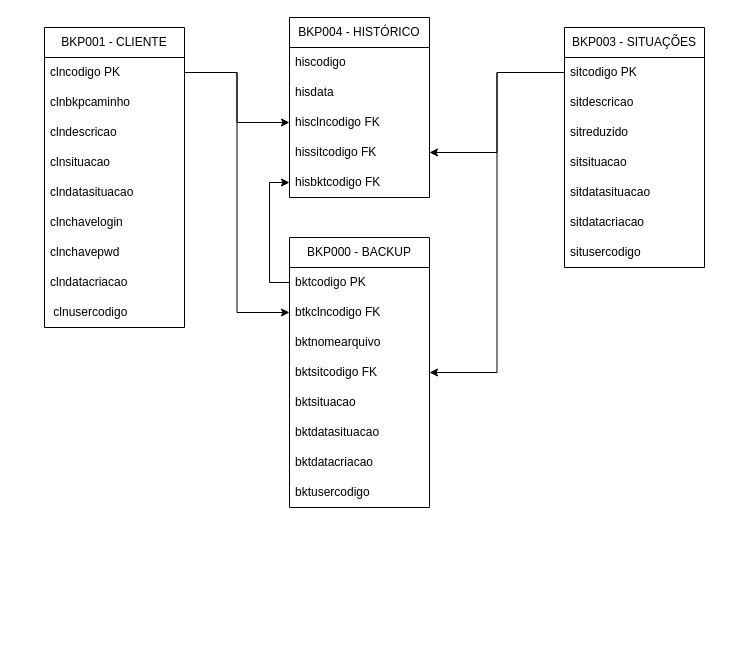
PierreSalves/bckup keeps this draw.io diagram as Diagrama sem nome.drawio. Above is the earlier version. Source tidied: cells renumbered, new cells numbered last; positions are measured from the earlier drawing's top-left corner, leaving out a move shared by most shapes. Both pictures are drawn from the tidied source at 100%, with x=0, y=0 at pixel (44, 17).
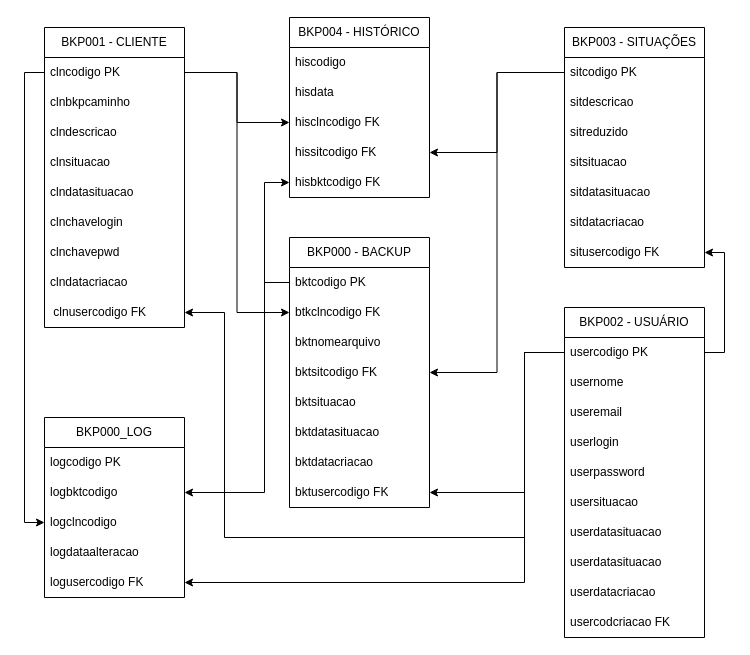
The same page after the edit.

The change refers to these unchanged cells:
```xml
<mxCell id="2" value="BKP001 - CLIENTE" style="swimlane;fontStyle=0;horizontal=1;startSize=30;whiteSpace=wrap;html=1;" parent="1" vertex="1">
  <mxGeometry y="10" width="140" height="300" as="geometry" />
</mxCell>
<mxCell id="3" value="clncodigo PK" style="text;strokeColor=none;fillColor=none;align=left;verticalAlign=middle;spacingLeft=4;spacingRight=4;overflow=hidden;points=[[0,0.5],[1,0.5]];portConstraint=eastwest;whiteSpace=wrap;html=1;" parent="2" vertex="1">
  <mxGeometry y="30" width="140" height="30" as="geometry" />
</mxCell>
<mxCell id="12" value="BKP000 - BACKUP" style="swimlane;fontStyle=0;horizontal=1;startSize=30;whiteSpace=wrap;html=1;" parent="1" vertex="1">
  <mxGeometry x="245" y="220" width="140" height="270" as="geometry" />
</mxCell>
<mxCell id="13" value="bktcodigo PK" style="text;strokeColor=none;fillColor=none;align=left;verticalAlign=middle;spacingLeft=4;spacingRight=4;overflow=hidden;points=[[0,0.5],[1,0.5]];portConstraint=eastwest;whiteSpace=wrap;html=1;" parent="12" vertex="1">
  <mxGeometry y="30" width="140" height="30" as="geometry" />
</mxCell>
<mxCell id="22" value="BKP003 - SITUAÇÕES" style="swimlane;fontStyle=0;horizontal=1;startSize=30;whiteSpace=wrap;html=1;" parent="1" vertex="1">
  <mxGeometry x="520" y="10" width="140" height="240" as="geometry" />
</mxCell>
<mxCell id="36" value="hisbktcodigo FK" style="text;strokeColor=none;fillColor=none;align=left;verticalAlign=middle;spacingLeft=4;spacingRight=4;overflow=hidden;points=[[0,0.5],[1,0.5]];portConstraint=eastwest;whiteSpace=wrap;html=1;" parent="31" vertex="1">
  <mxGeometry y="150" width="140" height="30" as="geometry" />
</mxCell>
```

Change to the diagram source:
```diff
@@
-    <mxCell id="11" value="&amp;nbsp;clnusercodigo" style="text;strokeColor=none;fillColor=none;align=left;verticalAlign=middle;spacingLeft=4;spacingRight=4;overflow=hidden;points=[[0,0.5],[1,0.5]];portConstraint=eastwest;whiteSpace=wrap;html=1;" parent="2" vertex="1">
+    <mxCell id="11" value="&amp;nbsp;clnusercodigo FK" style="text;strokeColor=none;fillColor=none;align=left;verticalAlign=middle;spacingLeft=4;spacingRight=4;overflow=hidden;points=[[0,0.5],[1,0.5]];portConstraint=eastwest;whiteSpace=wrap;html=1;" parent="2" vertex="1">
       <mxGeometry y="270" width="140" height="30" as="geometry" />
     </mxCell>
@@
-    <mxCell id="20" value="bktusercodigo" style="text;strokeColor=none;fillColor=none;align=left;verticalAlign=middle;spacingLeft=4;spacingRight=4;overflow=hidden;points=[[0,0.5],[1,0.5]];portConstraint=eastwest;whiteSpace=wrap;html=1;" parent="12" vertex="1">
+    <mxCell id="20" value="bktusercodigo FK" style="text;strokeColor=none;fillColor=none;align=left;verticalAlign=middle;spacingLeft=4;spacingRight=4;overflow=hidden;points=[[0,0.5],[1,0.5]];portConstraint=eastwest;whiteSpace=wrap;html=1;" parent="12" vertex="1">
       <mxGeometry y="240" width="140" height="30" as="geometry" />
     </mxCell>
@@
-    <mxCell id="29" value="situsercodigo" style="text;strokeColor=none;fillColor=none;align=left;verticalAlign=middle;spacingLeft=4;spacingRight=4;overflow=hidden;points=[[0,0.5],[1,0.5]];portConstraint=eastwest;whiteSpace=wrap;html=1;" parent="22" vertex="1">
+    <mxCell id="29" value="situsercodigo FK" style="text;strokeColor=none;fillColor=none;align=left;verticalAlign=middle;spacingLeft=4;spacingRight=4;overflow=hidden;points=[[0,0.5],[1,0.5]];portConstraint=eastwest;whiteSpace=wrap;html=1;" parent="22" vertex="1">
       <mxGeometry y="210" width="140" height="30" as="geometry" />
     </mxCell>
@@
     <mxCell id="39" style="edgeStyle=orthogonalEdgeStyle;rounded=0;jettySize=auto;html=1;exitX=0;exitY=0.5;exitDx=0;exitDy=0;entryX=0;entryY=0.5;entryDx=0;entryDy=0;" parent="1" edge="1" source="13" target="36">
-      <mxGeometry relative="1" as="geometry" />
+      <mxGeometry relative="1" as="geometry">
+        <Array as="points">
+          <mxPoint x="220" y="265" />
+          <mxPoint x="220" y="165" />
+        </Array>
+      </mxGeometry>
     </mxCell>
+    <mxCell id="40" value="BKP002 - USUÁRIO" style="swimlane;fontStyle=0;horizontal=1;startSize=30;whiteSpace=wrap;html=1;" parent="1" vertex="1">
+      <mxGeometry x="520" y="290" width="140" height="330" as="geometry" />
+    </mxCell>
+    <mxCell id="41" value="usercodigo PK" style="text;strokeColor=none;fillColor=none;align=left;verticalAlign=middle;spacingLeft=4;spacingRight=4;overflow=hidden;points=[[0,0.5],[1,0.5]];portConstraint=eastwest;whiteSpace=wrap;html=1;" parent="40" vertex="1">
+      <mxGeometry y="30" width="140" height="30" as="geometry" />
+    </mxCell>
+    <mxCell id="42" value="usernome&amp;nbsp;" style="text;strokeColor=none;fillColor=none;align=left;verticalAlign=middle;spacingLeft=4;spacingRight=4;overflow=hidden;whiteSpace=wrap;html=1;" parent="40" vertex="1">
+      <mxGeometry y="60" width="140" height="30" as="geometry" />
+    </mxCell>
+    <mxCell id="43" value="useremail&amp;nbsp;" style="text;strokeColor=none;fillColor=none;align=left;verticalAlign=middle;spacingLeft=4;spacingRight=4;overflow=hidden;whiteSpace=wrap;html=1;" parent="40" vertex="1">
+      <mxGeometry y="90" width="140" height="30" as="geometry" />
+    </mxCell>
+    <mxCell id="44" value="userlogin&amp;nbsp;" style="text;strokeColor=none;fillColor=none;align=left;verticalAlign=middle;spacingLeft=4;spacingRight=4;overflow=hidden;whiteSpace=wrap;html=1;" parent="40" vertex="1">
+      <mxGeometry y="120" width="140" height="30" as="geometry" />
+    </mxCell>
+    <mxCell id="45" value="userpassword&amp;nbsp;" style="text;strokeColor=none;fillColor=none;align=left;verticalAlign=middle;spacingLeft=4;spacingRight=4;overflow=hidden;whiteSpace=wrap;html=1;" parent="40" vertex="1">
+      <mxGeometry y="150" width="140" height="30" as="geometry" />
+    </mxCell>
+    <mxCell id="46" value="usersituacao&amp;nbsp;" style="text;strokeColor=none;fillColor=none;align=left;verticalAlign=middle;spacingLeft=4;spacingRight=4;overflow=hidden;whiteSpace=wrap;html=1;" parent="40" vertex="1">
+      <mxGeometry y="180" width="140" height="30" as="geometry" />
+    </mxCell>
+    <mxCell id="47" value="userdatasituacao&amp;nbsp;" style="text;strokeColor=none;fillColor=none;align=left;verticalAlign=middle;spacingLeft=4;spacingRight=4;overflow=hidden;whiteSpace=wrap;html=1;" parent="40" vertex="1">
+      <mxGeometry y="210" width="140" height="30" as="geometry" />
+    </mxCell>
+    <mxCell id="48" value="userdatasituacao&amp;nbsp;" style="text;strokeColor=none;fillColor=none;align=left;verticalAlign=middle;spacingLeft=4;spacingRight=4;overflow=hidden;whiteSpace=wrap;html=1;" parent="40" vertex="1">
+      <mxGeometry y="240" width="140" height="30" as="geometry" />
+    </mxCell>
+    <mxCell id="49" value="userdatacriacao" style="text;strokeColor=none;fillColor=none;align=left;verticalAlign=middle;spacingLeft=4;spacingRight=4;overflow=hidden;whiteSpace=wrap;html=1;" parent="40" vertex="1">
+      <mxGeometry y="270" width="140" height="30" as="geometry" />
+    </mxCell>
+    <mxCell id="50" value="usercodcriacao FK" style="text;strokeColor=none;fillColor=none;align=left;verticalAlign=middle;spacingLeft=4;spacingRight=4;overflow=hidden;whiteSpace=wrap;html=1;" parent="40" vertex="1">
+      <mxGeometry y="300" width="140" height="30" as="geometry" />
+    </mxCell>
+    <mxCell id="51" value="BKP000_LOG" style="swimlane;fontStyle=0;horizontal=1;startSize=30;whiteSpace=wrap;html=1;" parent="1" vertex="1">
+      <mxGeometry y="400" width="140" height="180" as="geometry" />
+    </mxCell>
+    <mxCell id="52" value="logcodigo PK" style="text;strokeColor=none;fillColor=none;align=left;verticalAlign=middle;spacingLeft=4;spacingRight=4;overflow=hidden;whiteSpace=wrap;html=1;" parent="51" vertex="1">
+      <mxGeometry y="30" width="140" height="30" as="geometry" />
+    </mxCell>
+    <mxCell id="53" value="logbktcodigo&amp;nbsp;" style="text;strokeColor=none;fillColor=none;align=left;verticalAlign=middle;spacingLeft=4;spacingRight=4;overflow=hidden;points=[[0,0.5],[1,0.5]];portConstraint=eastwest;whiteSpace=wrap;html=1;" parent="51" vertex="1">
+      <mxGeometry y="60" width="140" height="30" as="geometry" />
+    </mxCell>
+    <mxCell id="54" value="logclncodigo&amp;nbsp;" style="text;strokeColor=none;fillColor=none;align=left;verticalAlign=middle;spacingLeft=4;spacingRight=4;overflow=hidden;points=[[0,0.5],[1,0.5]];portConstraint=eastwest;whiteSpace=wrap;html=1;" parent="51" vertex="1">
+      <mxGeometry y="90" width="140" height="30" as="geometry" />
+    </mxCell>
+    <mxCell id="55" value="logdataalteracao&amp;nbsp;" style="text;strokeColor=none;fillColor=none;align=left;verticalAlign=middle;spacingLeft=4;spacingRight=4;overflow=hidden;whiteSpace=wrap;html=1;" parent="51" vertex="1">
+      <mxGeometry y="120" width="140" height="30" as="geometry" />
+    </mxCell>
+    <mxCell id="56" value="logusercodigo FK" style="text;strokeColor=none;fillColor=none;align=left;verticalAlign=middle;spacingLeft=4;spacingRight=4;overflow=hidden;points=[[0,0.5],[1,0.5]];portConstraint=eastwest;whiteSpace=wrap;html=1;" parent="51" vertex="1">
+      <mxGeometry y="150" width="140" height="30" as="geometry" />
+    </mxCell>
+    <mxCell id="57" style="edgeStyle=orthogonalEdgeStyle;rounded=0;jettySize=auto;html=1;exitX=0;exitY=0.5;exitDx=0;exitDy=0;entryX=0;entryY=0.5;entryDx=0;entryDy=0;" parent="1" edge="1" source="3" target="54">
+      <mxGeometry relative="1" as="geometry" />
+    </mxCell>
+    <mxCell id="58" style="edgeStyle=orthogonalEdgeStyle;rounded=0;jettySize=auto;html=1;exitX=0;exitY=0.5;exitDx=0;exitDy=0;entryX=1;entryY=0.5;entryDx=0;entryDy=0;" parent="1" edge="1" source="13" target="53">
+      <mxGeometry relative="1" as="geometry">
+        <Array as="points">
+          <mxPoint x="220" y="265" />
+          <mxPoint x="220" y="475" />
+        </Array>
+      </mxGeometry>
+    </mxCell>
+    <mxCell id="59" style="edgeStyle=orthogonalEdgeStyle;rounded=0;jettySize=auto;html=1;exitX=0;exitY=0.5;exitDx=0;exitDy=0;entryX=1;entryY=0.5;entryDx=0;entryDy=0;" parent="1" edge="1" source="41" target="56">
+      <mxGeometry relative="1" as="geometry">
+        <Array as="points">
+          <mxPoint x="480" y="335" />
+          <mxPoint x="480" y="565" />
+        </Array>
+      </mxGeometry>
+    </mxCell>
+    <mxCell id="60" style="edgeStyle=orthogonalEdgeStyle;rounded=0;jettySize=auto;html=1;entryX=1;entryY=0.5;entryDx=0;entryDy=0;" parent="1" edge="1" source="41" target="11">
+      <mxGeometry relative="1" as="geometry">
+        <Array as="points">
+          <mxPoint x="480" y="335" />
+          <mxPoint x="480" y="520" />
+          <mxPoint x="180" y="520" />
+          <mxPoint x="180" y="295" />
+        </Array>
+      </mxGeometry>
+    </mxCell>
+    <mxCell id="61" style="edgeStyle=orthogonalEdgeStyle;rounded=0;jettySize=auto;html=1;entryX=1;entryY=0.5;entryDx=0;entryDy=0;" parent="1" edge="1" source="41" target="20">
+      <mxGeometry relative="1" as="geometry">
+        <Array as="points">
+          <mxPoint x="480" y="335" />
+          <mxPoint x="480" y="475" />
+        </Array>
+      </mxGeometry>
+    </mxCell>
+    <mxCell id="62" style="edgeStyle=orthogonalEdgeStyle;rounded=0;jettySize=auto;html=1;entryX=1;entryY=0.5;entryDx=0;entryDy=0;" parent="1" edge="1" source="41" target="29">
+      <mxGeometry relative="1" as="geometry">
+        <Array as="points">
+          <mxPoint x="680" y="335" />
+          <mxPoint x="680" y="235" />
+        </Array>
+      </mxGeometry>
+    </mxCell>
```
